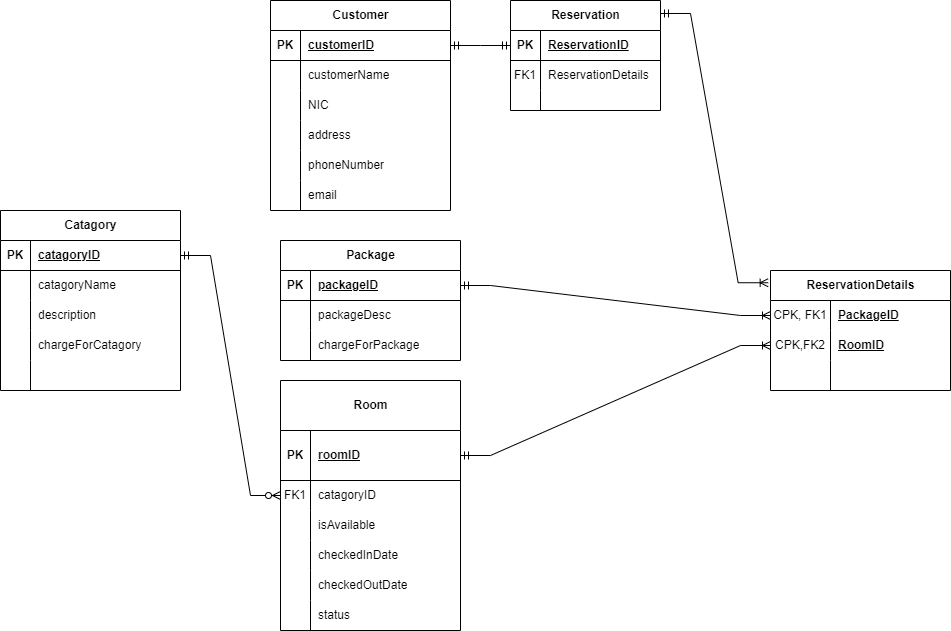
ViyathAraliya/CMJD105_CourseWork02_ViyathAraliya keeps this draw.io diagram as relationalDataModel.png. Above is the earlier version. Source tidied: cells renumbered, new cells last; positions are measured from the earlier drawing's top-left corner, leaving out a move shared by most shapes.
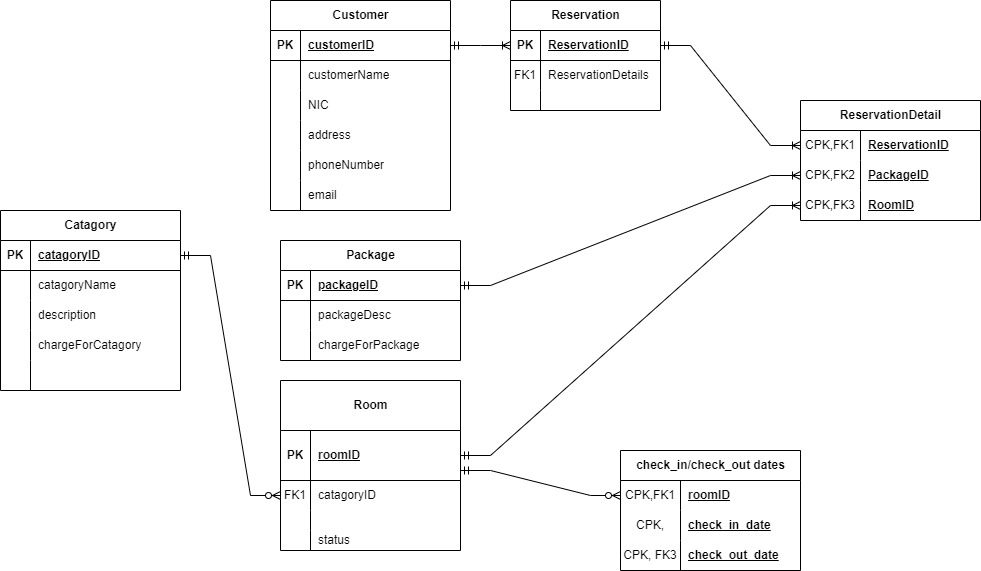
Later version of the same file.

Commit message:
changed relational data model, room has many check in and check out dates

Diff of the diagram source:
```diff
@@ -167,38 +167,8 @@
     <mxCell id="56" value="chargeForPackage" style="shape=partialRectangle;fillColor=none;top=0;left=0;bottom=0;right=0;align=left;spacingLeft=6;overflow=hidden;whiteSpace=wrap;html=1;" parent="54" vertex="1">
       <mxGeometry x="30" width="150" height="30" as="geometry" />
     </mxCell>
-    <mxCell id="57" value="ReservationDetails" style="shape=table;startSize=30;rowLines=0;fontStyle=1;align=center;html=1;" parent="1" vertex="1">
-      <mxGeometry x="770" y="270" width="180" height="120" as="geometry" />
-    </mxCell>
-    <mxCell id="58" style="shape=tableRow;horizontal=0;startSize=0;swimlaneHead=0;swimlaneBody=0;fillColor=none;points=[[0,0.5],[1,0.5]];portConstraint=eastwest;top=0;left=0;right=0;bottom=0;" parent="57" vertex="1">
-      <mxGeometry y="30" width="180" height="30" as="geometry" />
-    </mxCell>
-    <mxCell id="59" value="CPK, FK1" style="shape=partialRectangle;fillColor=none;top=0;left=0;bottom=0;right=0;overflow=hidden;whiteSpace=wrap;html=1;" parent="58" vertex="1">
-      <mxGeometry width="60" height="30" as="geometry" />
-    </mxCell>
-    <mxCell id="60" value="&lt;b&gt;&lt;u&gt;PackageID&lt;/u&gt;&lt;/b&gt;" style="shape=partialRectangle;fillColor=none;top=0;left=0;bottom=0;right=0;align=left;spacingLeft=6;overflow=hidden;whiteSpace=wrap;html=1;" parent="58" vertex="1">
-      <mxGeometry x="60" width="120" height="30" as="geometry" />
-    </mxCell>
-    <mxCell id="61" style="shape=tableRow;horizontal=0;startSize=0;swimlaneHead=0;swimlaneBody=0;fillColor=none;points=[[0,0.5],[1,0.5]];portConstraint=eastwest;top=0;left=0;right=0;bottom=0;" parent="57" vertex="1">
-      <mxGeometry y="60" width="180" height="30" as="geometry" />
-    </mxCell>
-    <mxCell id="62" value="CPK,FK2" style="shape=partialRectangle;fillColor=none;top=0;left=0;bottom=0;right=0;overflow=hidden;whiteSpace=wrap;html=1;" parent="61" vertex="1">
-      <mxGeometry width="60" height="30" as="geometry" />
-    </mxCell>
-    <mxCell id="63" value="&lt;u&gt;RoomID&lt;/u&gt;" style="shape=partialRectangle;fillColor=none;top=0;left=0;bottom=0;right=0;align=left;spacingLeft=6;overflow=hidden;whiteSpace=wrap;html=1;fontStyle=1;" parent="61" vertex="1">
-      <mxGeometry x="60" width="120" height="30" as="geometry" />
-    </mxCell>
-    <mxCell id="64" style="shape=tableRow;horizontal=0;startSize=0;swimlaneHead=0;swimlaneBody=0;fillColor=none;top=0;left=0;right=0;bottom=0;" parent="57" vertex="1">
-      <mxGeometry y="90" width="180" height="30" as="geometry" />
-    </mxCell>
-    <mxCell id="65" style="shape=partialRectangle;fillColor=none;top=0;left=0;bottom=0;right=0;overflow=hidden;whiteSpace=wrap;html=1;" parent="64" vertex="1">
-      <mxGeometry width="60" height="30" as="geometry" />
-    </mxCell>
-    <mxCell id="66" style="shape=partialRectangle;fillColor=none;top=0;left=0;bottom=0;right=0;align=left;spacingLeft=6;overflow=hidden;whiteSpace=wrap;html=1;" parent="64" vertex="1">
-      <mxGeometry x="60" width="120" height="30" as="geometry" />
-    </mxCell>
     <mxCell id="67" value="Room" style="shape=table;startSize=50;rowLines=0;fontStyle=1;align=center;html=1;" parent="1" vertex="1">
-      <mxGeometry x="280" y="380" width="180" height="250" as="geometry" />
+      <mxGeometry x="280" y="380" width="180" height="170" as="geometry" />
     </mxCell>
     <mxCell id="68" style="shape=tableRow;horizontal=0;startSize=0;swimlaneHead=0;swimlaneBody=0;fillColor=none;points=[[0,0.5],[1,0.5]];portConstraint=eastwest;top=0;left=0;right=0;bottom=1;" parent="67" vertex="1">
       <mxGeometry y="50" width="180" height="50" as="geometry" />
@@ -219,55 +189,102 @@
       <mxGeometry x="30" width="150" height="30" as="geometry" />
     </mxCell>
     <mxCell id="74" style="shape=tableRow;horizontal=0;startSize=0;swimlaneHead=0;swimlaneBody=0;fillColor=none;top=0;left=0;right=0;bottom=0;" parent="67" vertex="1">
-      <mxGeometry y="130" width="180" height="30" as="geometry" />
+      <mxGeometry y="130" width="180" height="20" as="geometry" />
     </mxCell>
     <mxCell id="75" style="shape=partialRectangle;fillColor=none;top=0;left=0;bottom=0;right=0;overflow=hidden;whiteSpace=wrap;html=1;" parent="74" vertex="1">
-      <mxGeometry width="30" height="30" as="geometry" />
+      <mxGeometry width="30" height="20" as="geometry" />
     </mxCell>
-    <mxCell id="76" value="isAvailable" style="shape=partialRectangle;fillColor=none;top=0;left=0;bottom=0;right=0;align=left;spacingLeft=6;overflow=hidden;whiteSpace=wrap;html=1;" parent="74" vertex="1">
-      <mxGeometry x="30" width="150" height="30" as="geometry" />
+    <mxCell id="76" style="shape=partialRectangle;fillColor=none;top=0;left=0;bottom=0;right=0;align=left;spacingLeft=6;overflow=hidden;whiteSpace=wrap;html=1;" parent="74" vertex="1">
+      <mxGeometry x="30" width="150" height="20" as="geometry" />
     </mxCell>
-    <mxCell id="77" style="shape=tableRow;horizontal=0;startSize=0;swimlaneHead=0;swimlaneBody=0;fillColor=none;top=0;left=0;right=0;bottom=0;" parent="67" vertex="1">
-      <mxGeometry y="160" width="180" height="30" as="geometry" />
-    </mxCell>
-    <mxCell id="78" style="shape=partialRectangle;fillColor=none;top=0;left=0;bottom=0;right=0;overflow=hidden;whiteSpace=wrap;html=1;" parent="77" vertex="1">
-      <mxGeometry width="30" height="30" as="geometry" />
-    </mxCell>
-    <mxCell id="79" value="checkedInDate" style="shape=partialRectangle;fillColor=none;top=0;left=0;bottom=0;right=0;align=left;spacingLeft=6;overflow=hidden;whiteSpace=wrap;html=1;" parent="77" vertex="1">
-      <mxGeometry x="30" width="150" height="30" as="geometry" />
-    </mxCell>
-    <mxCell id="80" style="shape=tableRow;horizontal=0;startSize=0;swimlaneHead=0;swimlaneBody=0;fillColor=none;top=0;left=0;right=0;bottom=0;" parent="67" vertex="1">
-      <mxGeometry y="190" width="180" height="30" as="geometry" />
-    </mxCell>
-    <mxCell id="81" style="shape=partialRectangle;fillColor=none;top=0;left=0;bottom=0;right=0;overflow=hidden;whiteSpace=wrap;html=1;" parent="80" vertex="1">
-      <mxGeometry width="30" height="30" as="geometry" />
-    </mxCell>
-    <mxCell id="82" value="checkedOutDate" style="shape=partialRectangle;fillColor=none;top=0;left=0;bottom=0;right=0;align=left;spacingLeft=6;overflow=hidden;whiteSpace=wrap;html=1;" parent="80" vertex="1">
-      <mxGeometry x="30" width="150" height="30" as="geometry" />
-    </mxCell>
     <mxCell id="83" style="shape=tableRow;horizontal=0;startSize=0;swimlaneHead=0;swimlaneBody=0;fillColor=none;top=0;left=0;right=0;bottom=0;" parent="67" vertex="1">
-      <mxGeometry y="220" width="180" height="30" as="geometry" />
+      <mxGeometry y="150" width="180" height="20" as="geometry" />
     </mxCell>
     <mxCell id="84" style="shape=partialRectangle;fillColor=none;top=0;left=0;bottom=0;right=0;overflow=hidden;whiteSpace=wrap;html=1;" parent="83" vertex="1">
-      <mxGeometry width="30" height="30" as="geometry" />
+      <mxGeometry width="30" height="20" as="geometry" />
     </mxCell>
     <mxCell id="85" value="status" style="shape=partialRectangle;fillColor=none;top=0;left=0;bottom=0;right=0;align=left;spacingLeft=6;overflow=hidden;whiteSpace=wrap;html=1;" parent="83" vertex="1">
-      <mxGeometry x="30" width="150" height="30" as="geometry" />
+      <mxGeometry x="30" width="150" height="20" as="geometry" />
     </mxCell>
     <mxCell id="86" style="edgeStyle=entityRelationEdgeStyle;fontSize=12;html=1;endArrow=ERzeroToMany;startArrow=ERmandOne;rounded=0;exitX=1;exitY=0.5;exitDx=0;exitDy=0;entryX=0;entryY=0.5;entryDx=0;entryDy=0;" parent="1" edge="1" source="32" target="71">
       <mxGeometry relative="1" as="geometry" />
     </mxCell>
-    <mxCell id="87" style="edgeStyle=entityRelationEdgeStyle;fontSize=12;html=1;endArrow=ERoneToMany;startArrow=ERmandOne;rounded=0;exitX=1;exitY=0.118;exitDx=0;exitDy=0;exitPerimeter=0;entryX=-0.013;entryY=0.102;entryDx=0;entryDy=0;entryPerimeter=0;" parent="1" edge="1" source="2" target="57">
+    <mxCell id="87" style="edgeStyle=entityRelationEdgeStyle;fontSize=12;html=1;endArrow=ERoneToMany;startArrow=ERmandOne;rounded=0;exitX=1;exitY=0.5;exitDx=0;exitDy=0;entryX=0;entryY=0.5;entryDx=0;entryDy=0;" parent="1" edge="1" source="3" target="92">
       <mxGeometry relative="1" as="geometry" />
     </mxCell>
-    <mxCell id="88" style="edgeStyle=entityRelationEdgeStyle;fontSize=12;html=1;endArrow=ERoneToMany;startArrow=ERmandOne;rounded=0;exitX=1;exitY=0.5;exitDx=0;exitDy=0;entryX=0;entryY=0.5;entryDx=0;entryDy=0;" parent="1" edge="1" source="48" target="58">
+    <mxCell id="88" style="edgeStyle=entityRelationEdgeStyle;fontSize=12;html=1;endArrow=ERoneToMany;startArrow=ERmandOne;rounded=0;exitX=1;exitY=0.5;exitDx=0;exitDy=0;entryX=0;entryY=0.5;entryDx=0;entryDy=0;" parent="1" edge="1" source="48" target="95">
       <mxGeometry relative="1" as="geometry" />
     </mxCell>
-    <mxCell id="89" style="edgeStyle=entityRelationEdgeStyle;fontSize=12;html=1;endArrow=ERoneToMany;startArrow=ERmandOne;rounded=0;entryX=0;entryY=0.5;entryDx=0;entryDy=0;exitX=1;exitY=0.5;exitDx=0;exitDy=0;" parent="1" edge="1" source="68" target="61">
+    <mxCell id="89" style="edgeStyle=entityRelationEdgeStyle;fontSize=12;html=1;endArrow=ERoneToMany;startArrow=ERmandOne;rounded=0;entryX=0;entryY=0.5;entryDx=0;entryDy=0;exitX=1;exitY=0.5;exitDx=0;exitDy=0;" parent="1" edge="1" source="68" target="96">
       <mxGeometry relative="1" as="geometry" />
     </mxCell>
-    <mxCell id="90" style="edgeStyle=entityRelationEdgeStyle;fontSize=12;html=1;endArrow=ERmandOne;startArrow=ERmandOne;rounded=0;exitX=1;exitY=0.5;exitDx=0;exitDy=0;entryX=0;entryY=0.5;entryDx=0;entryDy=0;" parent="1" edge="1" source="13" target="3">
+    <mxCell id="90" style="edgeStyle=entityRelationEdgeStyle;fontSize=12;html=1;endArrow=ERoneToMany;startArrow=ERmandOne;rounded=0;exitX=1;exitY=0.5;exitDx=0;exitDy=0;entryX=0;entryY=0.5;entryDx=0;entryDy=0;" parent="1" edge="1" source="13" target="3">
       <mxGeometry relative="1" as="geometry" />
     </mxCell>
+    <mxCell id="91" value="ReservationDetail" style="shape=table;startSize=30;rowLines=0;fontStyle=1;align=center;html=1;" parent="1" vertex="1">
+      <mxGeometry x="800" y="100" width="180" height="120" as="geometry" />
+    </mxCell>
+    <mxCell id="92" style="shape=tableRow;horizontal=0;startSize=0;swimlaneHead=0;swimlaneBody=0;fillColor=none;points=[[0,0.5],[1,0.5]];portConstraint=eastwest;top=0;left=0;right=0;bottom=0;" parent="91" vertex="1">
+      <mxGeometry y="30" width="180" height="30" as="geometry" />
+    </mxCell>
+    <mxCell id="93" value="CPK,FK1" style="shape=partialRectangle;fillColor=none;top=0;left=0;bottom=0;right=0;overflow=hidden;whiteSpace=wrap;html=1;" parent="92" vertex="1">
+      <mxGeometry width="60" height="30" as="geometry" />
+    </mxCell>
+    <mxCell id="94" value="&lt;b&gt;&lt;u&gt;ReservationID&lt;/u&gt;&lt;/b&gt;" style="shape=partialRectangle;fillColor=none;top=0;left=0;bottom=0;right=0;align=left;spacingLeft=6;overflow=hidden;whiteSpace=wrap;html=1;" parent="92" vertex="1">
+      <mxGeometry x="60" width="120" height="30" as="geometry" />
+    </mxCell>
+    <mxCell id="95" style="shape=tableRow;horizontal=0;startSize=0;swimlaneHead=0;swimlaneBody=0;fillColor=none;points=[[0,0.5],[1,0.5]];portConstraint=eastwest;top=0;left=0;right=0;bottom=0;" parent="91" vertex="1">
+      <mxGeometry y="60" width="180" height="30" as="geometry" />
+    </mxCell>
+    <mxCell id="62" value="CPK,FK2" style="shape=partialRectangle;fillColor=none;top=0;left=0;bottom=0;right=0;overflow=hidden;whiteSpace=wrap;html=1;" parent="95" vertex="1">
+      <mxGeometry width="60" height="30" as="geometry" />
+    </mxCell>
+    <mxCell id="60" value="&lt;b&gt;&lt;u&gt;PackageID&lt;/u&gt;&lt;/b&gt;" style="shape=partialRectangle;fillColor=none;top=0;left=0;bottom=0;right=0;align=left;spacingLeft=6;overflow=hidden;whiteSpace=wrap;html=1;" parent="95" vertex="1">
+      <mxGeometry x="60" width="120" height="30" as="geometry" />
+    </mxCell>
+    <mxCell id="96" style="shape=tableRow;horizontal=0;startSize=0;swimlaneHead=0;swimlaneBody=0;fillColor=none;points=[[0,0.5],[1,0.5]];portConstraint=eastwest;top=0;left=0;right=0;bottom=0;" parent="91" vertex="1">
+      <mxGeometry y="90" width="180" height="30" as="geometry" />
+    </mxCell>
+    <mxCell id="97" value="CPK,FK3" style="shape=partialRectangle;fillColor=none;top=0;left=0;bottom=0;right=0;overflow=hidden;whiteSpace=wrap;html=1;" parent="96" vertex="1">
+      <mxGeometry width="60" height="30" as="geometry" />
+    </mxCell>
+    <mxCell id="63" value="&lt;b&gt;&lt;u&gt;RoomID&lt;/u&gt;&lt;/b&gt;" style="shape=partialRectangle;fillColor=none;top=0;left=0;bottom=0;right=0;align=left;spacingLeft=6;overflow=hidden;whiteSpace=wrap;html=1;" parent="96" vertex="1">
+      <mxGeometry x="60" width="120" height="30" as="geometry" />
+    </mxCell>
+    <mxCell id="98" value="check_in/check_out dates" style="shape=table;startSize=30;rowLines=0;fontStyle=1;align=center;html=1;" parent="1" vertex="1">
+      <mxGeometry x="620" y="450" width="180" height="120" as="geometry" />
+    </mxCell>
+    <mxCell id="99" style="shape=tableRow;horizontal=0;startSize=0;swimlaneHead=0;swimlaneBody=0;fillColor=none;points=[[0,0.5],[1,0.5]];portConstraint=eastwest;top=0;left=0;right=0;bottom=0;" parent="98" vertex="1">
+      <mxGeometry y="30" width="180" height="30" as="geometry" />
+    </mxCell>
+    <mxCell id="100" value="CPK,FK1" style="shape=partialRectangle;fillColor=none;top=0;left=0;bottom=0;right=0;overflow=hidden;whiteSpace=wrap;html=1;" parent="99" vertex="1">
+      <mxGeometry width="60" height="30" as="geometry" />
+    </mxCell>
+    <mxCell id="101" value="&lt;u&gt;&lt;b&gt;roomID&lt;/b&gt;&lt;/u&gt;" style="shape=partialRectangle;fillColor=none;top=0;left=0;bottom=0;right=0;align=left;spacingLeft=6;overflow=hidden;whiteSpace=wrap;html=1;" parent="99" vertex="1">
+      <mxGeometry x="60" width="120" height="30" as="geometry" />
+    </mxCell>
+    <mxCell id="102" style="shape=tableRow;horizontal=0;startSize=0;swimlaneHead=0;swimlaneBody=0;fillColor=none;top=0;left=0;right=0;bottom=0;" parent="98" vertex="1">
+      <mxGeometry y="60" width="180" height="30" as="geometry" />
+    </mxCell>
+    <mxCell id="103" value="CPK," style="shape=partialRectangle;fillColor=none;top=0;left=0;bottom=0;right=0;overflow=hidden;whiteSpace=wrap;html=1;" parent="102" vertex="1">
+      <mxGeometry width="60" height="30" as="geometry" />
+    </mxCell>
+    <mxCell id="104" value="&lt;b&gt;&lt;u&gt;check_in_date&lt;/u&gt;&lt;/b&gt;" style="shape=partialRectangle;fillColor=none;top=0;left=0;bottom=0;right=0;align=left;spacingLeft=6;overflow=hidden;whiteSpace=wrap;html=1;" parent="102" vertex="1">
+      <mxGeometry x="60" width="120" height="30" as="geometry" />
+    </mxCell>
+    <mxCell id="105" style="shape=tableRow;horizontal=0;startSize=0;swimlaneHead=0;swimlaneBody=0;fillColor=none;top=0;left=0;right=0;bottom=0;" parent="98" vertex="1">
+      <mxGeometry y="90" width="180" height="30" as="geometry" />
+    </mxCell>
+    <mxCell id="106" value="CPK, FK3" style="shape=partialRectangle;fillColor=none;top=0;left=0;bottom=0;right=0;overflow=hidden;whiteSpace=wrap;html=1;" parent="105" vertex="1">
+      <mxGeometry width="60" height="30" as="geometry" />
+    </mxCell>
+    <mxCell id="107" value="&lt;u&gt;&lt;b&gt;check_out_date&lt;/b&gt;&lt;/u&gt;" style="shape=partialRectangle;fillColor=none;top=0;left=0;bottom=0;right=0;align=left;spacingLeft=6;overflow=hidden;whiteSpace=wrap;html=1;" parent="105" vertex="1">
+      <mxGeometry x="60" width="120" height="30" as="geometry" />
+    </mxCell>
+    <mxCell id="108" style="edgeStyle=entityRelationEdgeStyle;fontSize=12;html=1;endArrow=ERzeroToMany;startArrow=ERmandOne;rounded=0;entryX=0;entryY=0.5;entryDx=0;entryDy=0;" parent="1" edge="1" target="99">
+      <mxGeometry relative="1" as="geometry">
+        <mxPoint x="460" y="470" as="sourcePoint" />
+      </mxGeometry>
+    </mxCell>
   </root>
 </mxGraphModel>
```
